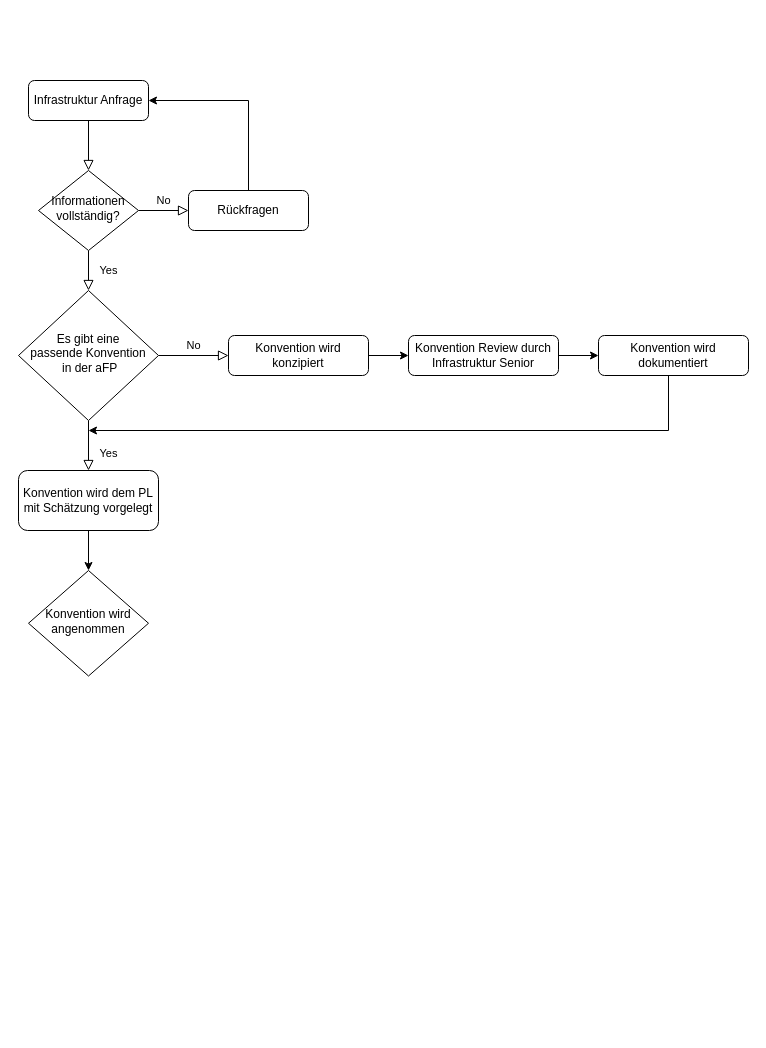
Above: Unbenanntes Diagramm.drawio in Henrik-Geissler/WebApp (draw.io), before the change. Source tidied: cells renumbered, new cells numbered last; positions are measured from the earlier drawing's top-left corner, leaving out a move shared by most shapes. Both pictures are drawn from the tidied source at 100%, with x=0, y=0 at pixel (18, 80).
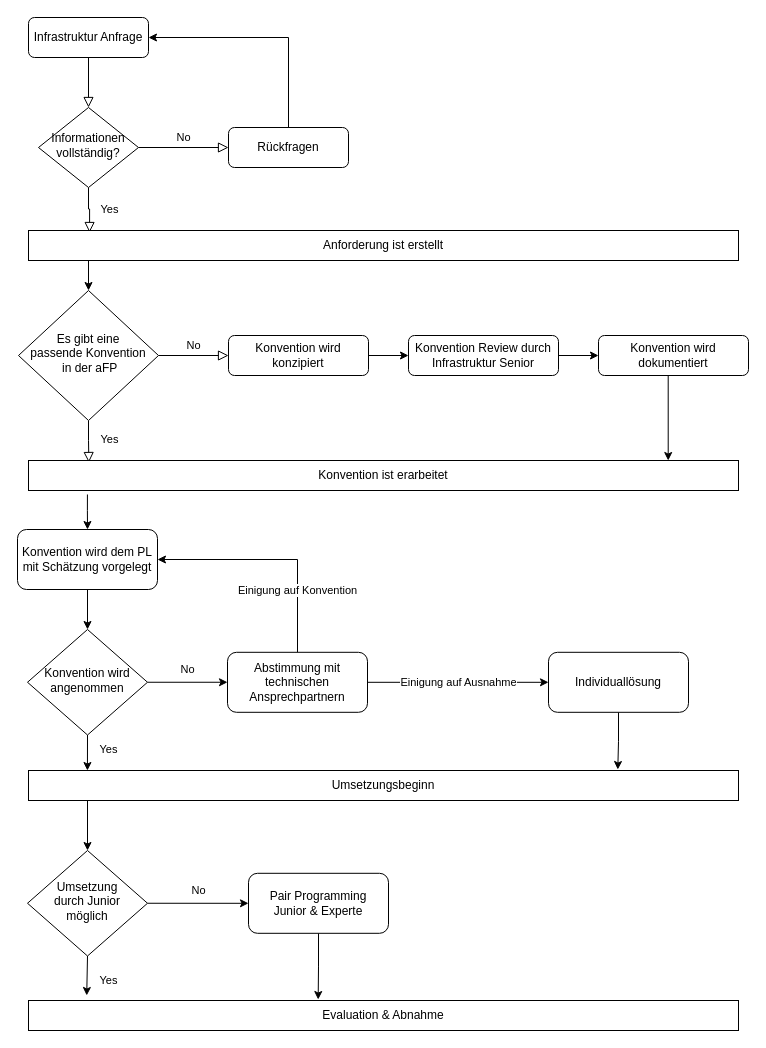
The same diagram, later.

Unchanged cells that the change refers to:
```xml
<mxCell id="11" value="Es gibt eine &lt;br&gt;passende Konvention&lt;br&gt;&amp;nbsp;in der aFP" style="rhombus;whiteSpace=wrap;html=1;shadow=0;fontFamily=Helvetica;fontSize=12;align=center;strokeWidth=1;spacing=6;spacingTop=-4;" parent="1" vertex="1">
  <mxGeometry y="210" width="140" height="130" as="geometry" />
</mxCell>
<mxCell id="19" value="Konvention wird dokumentiert" style="rounded=1;whiteSpace=wrap;html=1;fontSize=12;glass=0;strokeWidth=1;shadow=0;" parent="1" vertex="1">
  <mxGeometry x="580" y="255" width="150" height="40" as="geometry" />
</mxCell>
```

What changed in the source:
```diff
@@
     <mxCell id="3" value="Infrastruktur Anfrage" style="rounded=1;whiteSpace=wrap;html=1;fontSize=12;glass=0;strokeWidth=1;shadow=0;" parent="1" vertex="1">
-      <mxGeometry x="10" width="120" height="40" as="geometry" />
+      <mxGeometry x="10" y="-63" width="120" height="40" as="geometry" />
     </mxCell>
-    <mxCell id="4" value="Yes" style="rounded=0;html=1;jettySize=auto;fontSize=11;endArrow=block;endFill=0;endSize=8;strokeWidth=1;shadow=0;labelBackgroundColor=none;edgeStyle=orthogonalEdgeStyle;" parent="1" edge="1" source="6" target="11">
+    <mxCell id="4" value="Yes" style="rounded=0;html=1;jettySize=auto;fontSize=11;endArrow=block;endFill=0;endSize=8;strokeWidth=1;shadow=0;labelBackgroundColor=none;edgeStyle=orthogonalEdgeStyle;entryX=0.086;entryY=0.067;entryDx=0;entryDy=0;entryPerimeter=0;" parent="1" edge="1" source="6" target="39">
       <mxGeometry y="20" relative="1" as="geometry" />
     </mxCell>
@@
     <mxCell id="6" value="Informationen vollständig?" style="rhombus;whiteSpace=wrap;html=1;shadow=0;fontFamily=Helvetica;fontSize=12;align=center;strokeWidth=1;spacing=6;spacingTop=-4;" parent="1" vertex="1">
-      <mxGeometry x="20" y="90" width="100" height="80" as="geometry" />
+      <mxGeometry x="20" y="27" width="100" height="80" as="geometry" />
     </mxCell>
@@
     <mxCell id="8" value="Rückfragen" style="rounded=1;whiteSpace=wrap;html=1;fontSize=12;glass=0;strokeWidth=1;shadow=0;" parent="1" vertex="1">
-      <mxGeometry x="170" y="110" width="120" height="40" as="geometry" />
+      <mxGeometry x="210" y="47" width="120" height="40" as="geometry" />
     </mxCell>
-    <mxCell id="9" value="Yes" style="rounded=0;html=1;jettySize=auto;fontSize=11;endArrow=block;endFill=0;endSize=8;strokeWidth=1;shadow=0;labelBackgroundColor=none;edgeStyle=orthogonalEdgeStyle;" parent="1" edge="1" source="11" target="13">
-      <mxGeometry x="0.33" y="20" relative="1" as="geometry" />
+    <mxCell id="9" value="Yes" style="rounded=0;html=1;jettySize=auto;fontSize=11;endArrow=block;endFill=0;endSize=8;strokeWidth=1;shadow=0;labelBackgroundColor=none;edgeStyle=orthogonalEdgeStyle;entryX=0.085;entryY=0.067;entryDx=0;entryDy=0;entryPerimeter=0;" parent="1" edge="1" source="11" target="27">
+      <mxGeometry x="-0.04" y="20" relative="1" as="geometry">
+        <mxPoint x="1" y="-1" as="offset" />
+      </mxGeometry>
     </mxCell>
@@
     <mxCell id="13" value="Konvention wird dem PL mit Schätzung vorgelegt" style="rounded=1;whiteSpace=wrap;html=1;fontSize=12;glass=0;strokeWidth=1;shadow=0;" parent="1" vertex="1">
-      <mxGeometry y="390" width="140" height="60" as="geometry" />
+      <mxGeometry x="-1" y="449" width="140" height="60" as="geometry" />
     </mxCell>
@@
-    <mxCell id="18" style="edgeStyle=orthogonalEdgeStyle;rounded=0;jettySize=auto;html=1;exitX=0.5;exitY=0;exitDx=0;exitDy=0;" parent="1" edge="1" source="19">
+    <mxCell id="18" style="edgeStyle=orthogonalEdgeStyle;rounded=0;jettySize=auto;html=1;exitX=0.5;exitY=0;exitDx=0;exitDy=0;entryX=0.901;entryY=0;entryDx=0;entryDy=0;entryPerimeter=0;" parent="1" edge="1" source="19" target="27">
       <mxGeometry relative="1" as="geometry">
-        <mxPoint x="70" y="350" as="targetPoint" />
         <Array as="points">
           <mxPoint x="650" y="255" />
-          <mxPoint x="650" y="350" />
         </Array>
       </mxGeometry>
     </mxCell>
@@
+    <mxCell id="21" value="No" style="edgeStyle=orthogonalEdgeStyle;rounded=0;jettySize=auto;html=1;exitX=1;exitY=0.5;exitDx=0;exitDy=0;" parent="1" edge="1" source="20" target="25">
+      <mxGeometry y="13" relative="1" as="geometry" />
+    </mxCell>
+    <mxCell id="22" value="Yes" style="edgeStyle=orthogonalEdgeStyle;rounded=0;jettySize=auto;html=1;exitX=0.5;exitY=1;exitDx=0;exitDy=0;entryX=0.083;entryY=0;entryDx=0;entryDy=0;entryPerimeter=0;" parent="1" edge="1" source="20" target="29">
+      <mxGeometry x="-0.21" y="21" relative="1" as="geometry" />
+    </mxCell>
     <mxCell id="20" value="Konvention wird angenommen" style="rhombus;whiteSpace=wrap;html=1;shadow=0;fontFamily=Helvetica;fontSize=12;align=center;strokeWidth=1;spacing=6;spacingTop=-4;" parent="1" vertex="1">
-      <mxGeometry x="10" y="490" width="120" height="105.5" as="geometry" />
+      <mxGeometry x="9" y="549" width="120" height="105.5" as="geometry" />
     </mxCell>
+    <mxCell id="23" value="Einigung auf Ausnahme" style="edgeStyle=orthogonalEdgeStyle;rounded=0;jettySize=auto;html=1;exitX=1;exitY=0.5;exitDx=0;exitDy=0;entryX=0;entryY=0.5;entryDx=0;entryDy=0;" parent="1" edge="1" source="25" target="31">
+      <mxGeometry relative="1" as="geometry" />
+    </mxCell>
+    <mxCell id="24" value="Einigung auf Konvention" style="edgeStyle=orthogonalEdgeStyle;rounded=0;jettySize=auto;html=1;exitX=0.5;exitY=0;exitDx=0;exitDy=0;entryX=1;entryY=0.5;entryDx=0;entryDy=0;" parent="1" edge="1" source="25" target="13">
+      <mxGeometry x="-0.47" relative="1" as="geometry" />
+    </mxCell>
+    <mxCell id="25" value="Abstimmung mit technischen Ansprechpartnern" style="rounded=1;whiteSpace=wrap;html=1;fontSize=12;glass=0;strokeWidth=1;shadow=0;" parent="1" vertex="1">
+      <mxGeometry x="209" y="571.8" width="140" height="60" as="geometry" />
+    </mxCell>
+    <mxCell id="26" style="edgeStyle=orthogonalEdgeStyle;rounded=0;jettySize=auto;html=1;exitX=0.083;exitY=1.133;exitDx=0;exitDy=0;exitPerimeter=0;" parent="1" edge="1" source="27" target="13">
+      <mxGeometry relative="1" as="geometry" />
+    </mxCell>
+    <mxCell id="27" value="Konvention ist erarbeitet" style="rounded=0;whiteSpace=wrap;html=1;" parent="1" vertex="1">
+      <mxGeometry x="10" y="380" width="710" height="30" as="geometry" />
+    </mxCell>
+    <mxCell id="28" style="edgeStyle=orthogonalEdgeStyle;rounded=0;jettySize=auto;html=1;exitX=0;exitY=1;exitDx=0;exitDy=0;entryX=0.5;entryY=0;entryDx=0;entryDy=0;" parent="1" edge="1" source="29" target="34">
+      <mxGeometry relative="1" as="geometry">
+        <Array as="points">
+          <mxPoint x="69" y="720" />
+        </Array>
+      </mxGeometry>
+    </mxCell>
+    <mxCell id="29" value="Umsetzungsbeginn" style="rounded=0;whiteSpace=wrap;html=1;" parent="1" vertex="1">
+      <mxGeometry x="10" y="690" width="710" height="30" as="geometry" />
+    </mxCell>
+    <mxCell id="30" style="edgeStyle=orthogonalEdgeStyle;rounded=0;jettySize=auto;html=1;exitX=0.5;exitY=1;exitDx=0;exitDy=0;entryX=0.83;entryY=-0.033;entryDx=0;entryDy=0;entryPerimeter=0;" parent="1" edge="1" source="31" target="29">
+      <mxGeometry relative="1" as="geometry" />
+    </mxCell>
+    <mxCell id="31" value="Individuallösung" style="rounded=1;whiteSpace=wrap;html=1;fontSize=12;glass=0;strokeWidth=1;shadow=0;" parent="1" vertex="1">
+      <mxGeometry x="530" y="571.8" width="140" height="60" as="geometry" />
+    </mxCell>
+    <mxCell id="32" value="Yes" style="edgeStyle=orthogonalEdgeStyle;rounded=0;jettySize=auto;html=1;exitX=0.5;exitY=1;exitDx=0;exitDy=0;entryX=0.082;entryY=-0.167;entryDx=0;entryDy=0;entryPerimeter=0;" parent="1" edge="1" source="34" target="35">
+      <mxGeometry x="0.22" y="21" relative="1" as="geometry" />
+    </mxCell>
+    <mxCell id="33" value="No" style="edgeStyle=orthogonalEdgeStyle;rounded=0;jettySize=auto;html=1;exitX=1;exitY=0.5;exitDx=0;exitDy=0;entryX=0;entryY=0.5;entryDx=0;entryDy=0;" parent="1" edge="1" source="34" target="37">
+      <mxGeometry x="0.01" y="13" relative="1" as="geometry" />
+    </mxCell>
+    <mxCell id="34" value="Umsetzung&lt;br&gt;durch Junior&lt;br&gt;möglich" style="rhombus;whiteSpace=wrap;html=1;shadow=0;fontFamily=Helvetica;fontSize=12;align=center;strokeWidth=1;spacing=6;spacingTop=-4;" parent="1" vertex="1">
+      <mxGeometry x="9" y="770" width="120" height="105.5" as="geometry" />
+    </mxCell>
+    <mxCell id="35" value="Evaluation &amp;amp; Abnahme" style="rounded=0;whiteSpace=wrap;html=1;" parent="1" vertex="1">
+      <mxGeometry x="10" y="920" width="710" height="30" as="geometry" />
+    </mxCell>
+    <mxCell id="36" style="edgeStyle=orthogonalEdgeStyle;rounded=0;jettySize=auto;html=1;exitX=0.5;exitY=1;exitDx=0;exitDy=0;entryX=0.408;entryY=-0.033;entryDx=0;entryDy=0;entryPerimeter=0;" parent="1" edge="1" source="37" target="35">
+      <mxGeometry relative="1" as="geometry" />
+    </mxCell>
+    <mxCell id="37" value="Pair Programming&lt;br&gt;Junior &amp;amp; Experte" style="rounded=1;whiteSpace=wrap;html=1;fontSize=12;glass=0;strokeWidth=1;shadow=0;" parent="1" vertex="1">
+      <mxGeometry x="230" y="792.8" width="140" height="60" as="geometry" />
+    </mxCell>
+    <mxCell id="38" style="edgeStyle=orthogonalEdgeStyle;rounded=0;jettySize=auto;html=1;exitX=0;exitY=1;exitDx=0;exitDy=0;" parent="1" edge="1" source="39" target="11">
+      <mxGeometry relative="1" as="geometry">
+        <Array as="points">
+          <mxPoint x="70" y="180" />
+        </Array>
+      </mxGeometry>
+    </mxCell>
+    <mxCell id="39" value="Anforderung ist erstellt" style="rounded=0;whiteSpace=wrap;html=1;" parent="1" vertex="1">
+      <mxGeometry x="10" y="150" width="710" height="30" as="geometry" />
+    </mxCell>
```
